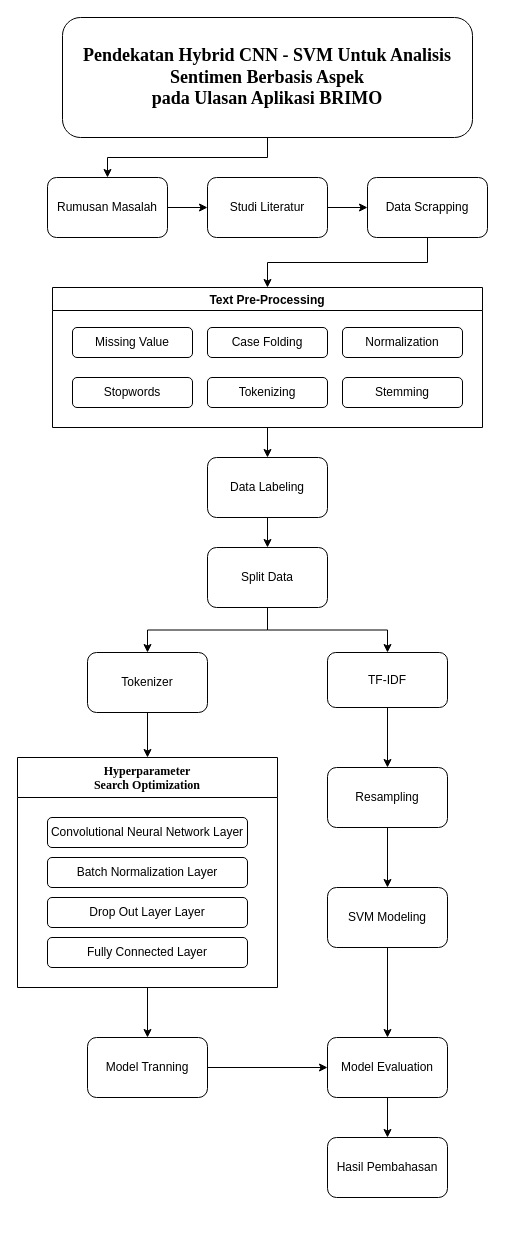
Above: tugas-akhir/Metodologi-Penelitian.drawio in xoghub/diagrams (draw.io), before the change. Source tidied: cells renumbered, new cells numbered last; positions are measured from the earlier drawing's top-left corner, leaving out a move shared by most shapes. Both pictures are drawn from the tidied source at 100%, with x=0, y=0 at pixel (17, 17).
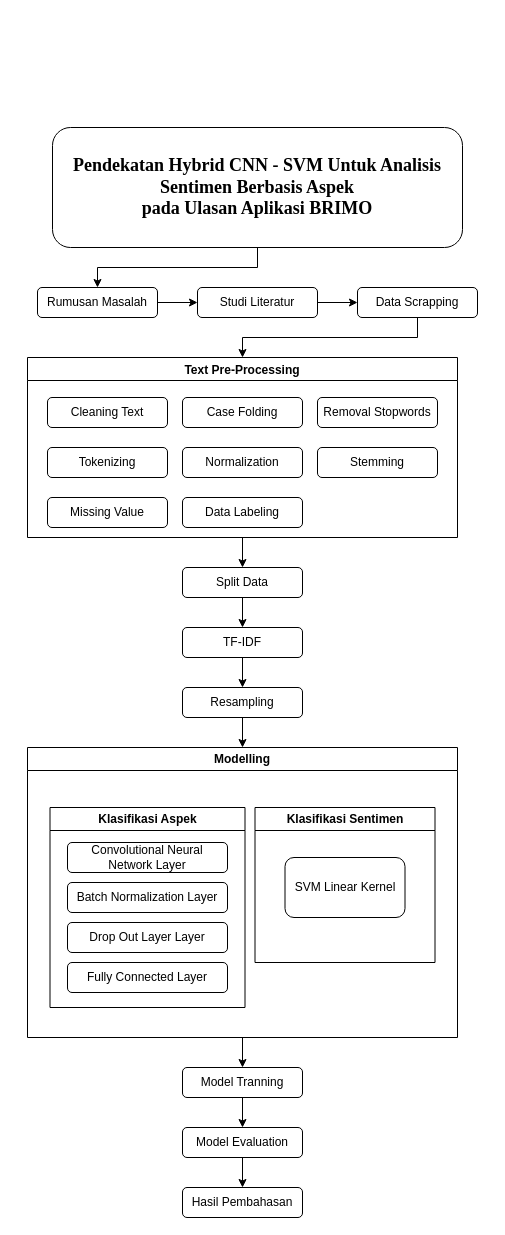
Above is the later version.

Diff of the diagram source:
```diff
@@
     <mxCell id="4" value="&lt;span style=&quot;font-family: &amp;quot;Times New Roman&amp;quot;, serif;&quot;&gt;&lt;font style=&quot;font-size: 18px;&quot;&gt;&lt;b&gt;Pendekatan Hybrid CNN&amp;nbsp;- SVM Untuk Analisis Sentimen Berbasis Aspek&lt;br&gt;pada Ulasan Aplikasi BRIMO&lt;/b&gt;&lt;/font&gt;&lt;/span&gt;" style="rounded=1;whiteSpace=wrap;html=1;" parent="1" vertex="1">
-      <mxGeometry x="45" width="410" height="120" as="geometry" />
+      <mxGeometry x="35" y="110" width="410" height="120" as="geometry" />
     </mxCell>
@@
     <mxCell id="6" value="Data Scrapping" style="rounded=1;whiteSpace=wrap;html=1;" parent="1" vertex="1">
-      <mxGeometry x="350" y="160" width="120" height="60" as="geometry" />
+      <mxGeometry x="340" y="270" width="120" height="30" as="geometry" />
     </mxCell>
@@
     <mxCell id="8" value="Rumusan Masalah" style="rounded=1;whiteSpace=wrap;html=1;" parent="1" vertex="1">
-      <mxGeometry x="30" y="160" width="120" height="60" as="geometry" />
+      <mxGeometry x="20" y="270" width="120" height="30" as="geometry" />
     </mxCell>
     <mxCell id="9" value="Studi Literatur" style="rounded=1;whiteSpace=wrap;html=1;" parent="1" vertex="1">
-      <mxGeometry x="190" y="160" width="120" height="60" as="geometry" />
+      <mxGeometry x="180" y="270" width="120" height="30" as="geometry" />
     </mxCell>
-    <mxCell id="10" style="edgeStyle=orthogonalEdgeStyle;rounded=0;jettySize=auto;html=1;exitX=0.5;exitY=1;exitDx=0;exitDy=0;entryX=0.5;entryY=0;entryDx=0;entryDy=0;" parent="1" edge="1" source="11" target="19">
-      <mxGeometry relative="1" as="geometry" />
-    </mxCell>
+    <mxCell id="42" style="edgeStyle=orthogonalEdgeStyle;rounded=0;jettySize=auto;html=1;exitX=0.5;exitY=1;exitDx=0;exitDy=0;entryX=0.5;entryY=0;entryDx=0;entryDy=0;" parent="1" edge="1" source="11" target="38">
+      <mxGeometry relative="1" as="geometry" />
+    </mxCell>
     <mxCell id="11" value="Text Pre-Processing" style="swimlane;" parent="1" vertex="1">
-      <mxGeometry x="35" y="270" width="430" height="140" as="geometry" />
+      <mxGeometry x="10" y="340" width="430" height="180" as="geometry" />
     </mxCell>
@@
     <mxCell id="13" value="Tokenizing" style="rounded=1;whiteSpace=wrap;html=1;" parent="11" vertex="1">
-      <mxGeometry x="155" y="90" width="120" height="30" as="geometry" />
+      <mxGeometry x="20" y="90" width="120" height="30" as="geometry" />
     </mxCell>
-    <mxCell id="14" value="Stopwords" style="rounded=1;whiteSpace=wrap;html=1;" parent="11" vertex="1">
-      <mxGeometry x="20" y="90" width="120" height="30" as="geometry" />
+    <mxCell id="14" value="Removal Stopwords" style="rounded=1;whiteSpace=wrap;html=1;" parent="11" vertex="1">
+      <mxGeometry x="290" y="40" width="120" height="30" as="geometry" />
     </mxCell>
@@
     <mxCell id="16" value="Missing Value" style="rounded=1;whiteSpace=wrap;html=1;" parent="11" vertex="1">
-      <mxGeometry x="20" y="40" width="120" height="30" as="geometry" />
+      <mxGeometry x="20" y="140" width="120" height="30" as="geometry" />
     </mxCell>
     <mxCell id="17" value="Normalization" style="rounded=1;whiteSpace=wrap;html=1;" parent="11" vertex="1">
-      <mxGeometry x="290" y="40" width="120" height="30" as="geometry" />
+      <mxGeometry x="155" y="90" width="120" height="30" as="geometry" />
     </mxCell>
-    <mxCell id="18" style="edgeStyle=orthogonalEdgeStyle;rounded=0;jettySize=auto;html=1;entryX=0.5;entryY=0;entryDx=0;entryDy=0;" parent="1" edge="1" source="19" target="38">
-      <mxGeometry relative="1" as="geometry" />
-    </mxCell>
-    <mxCell id="19" value="Data Labeling" style="rounded=1;whiteSpace=wrap;html=1;" parent="1" vertex="1">
-      <mxGeometry x="190" y="440" width="120" height="60" as="geometry" />
+    <mxCell id="19" value="Data Labeling" style="rounded=1;whiteSpace=wrap;html=1;" parent="11" vertex="1">
+      <mxGeometry x="155" y="140" width="120" height="30" as="geometry" />
     </mxCell>
+    <mxCell id="43" value="Cleaning Text" style="rounded=1;whiteSpace=wrap;html=1;" parent="11" vertex="1">
+      <mxGeometry x="20" y="40" width="120" height="30" as="geometry" />
+    </mxCell>
@@
     <mxCell id="21" value="TF-IDF" style="rounded=1;whiteSpace=wrap;html=1;" parent="1" vertex="1">
-      <mxGeometry x="310" y="635" width="120" height="55" as="geometry" />
+      <mxGeometry x="165" y="610" width="120" height="30" as="geometry" />
     </mxCell>
-    <mxCell id="22" style="edgeStyle=orthogonalEdgeStyle;rounded=0;jettySize=auto;html=1;exitX=0.5;exitY=1;exitDx=0;exitDy=0;entryX=0.5;entryY=0;entryDx=0;entryDy=0;" parent="1" edge="1" source="23" target="25">
-      <mxGeometry relative="1" as="geometry" />
-    </mxCell>
-    <mxCell id="23" value="Tokenizer" style="rounded=1;whiteSpace=wrap;html=1;" parent="1" vertex="1">
-      <mxGeometry x="70" y="635" width="120" height="60" as="geometry" />
-    </mxCell>
-    <mxCell id="24" style="edgeStyle=orthogonalEdgeStyle;rounded=0;jettySize=auto;html=1;" parent="1" edge="1" source="25" target="33">
-      <mxGeometry relative="1" as="geometry" />
-    </mxCell>
-    <mxCell id="25" value="Hyperparameter &#10;Search Optimization" style="swimlane;startSize=40;fontFamily=Times New Roman;" parent="1" vertex="1">
-      <mxGeometry y="740" width="260" height="230" as="geometry" />
-    </mxCell>
+    <mxCell id="32" style="edgeStyle=orthogonalEdgeStyle;rounded=0;jettySize=auto;html=1;entryX=0.5;entryY=0;entryDx=0;entryDy=0;" parent="1" edge="1" source="33" target="35">
+      <mxGeometry relative="1" as="geometry" />
+    </mxCell>
+    <mxCell id="33" value="Model Tranning" style="rounded=1;whiteSpace=wrap;html=1;" parent="1" vertex="1">
+      <mxGeometry x="165" y="1050" width="120" height="30" as="geometry" />
+    </mxCell>
+    <mxCell id="34" style="edgeStyle=orthogonalEdgeStyle;rounded=0;jettySize=auto;html=1;entryX=0.5;entryY=0;entryDx=0;entryDy=0;" parent="1" edge="1" source="35" target="39">
+      <mxGeometry relative="1" as="geometry" />
+    </mxCell>
+    <mxCell id="35" value="Model Evaluation" style="rounded=1;whiteSpace=wrap;html=1;" parent="1" vertex="1">
+      <mxGeometry x="165" y="1110" width="120" height="30" as="geometry" />
+    </mxCell>
+    <mxCell id="37" style="edgeStyle=orthogonalEdgeStyle;rounded=0;jettySize=auto;html=1;exitX=0.5;exitY=1;exitDx=0;exitDy=0;entryX=0.5;entryY=0;entryDx=0;entryDy=0;" parent="1" edge="1" source="38" target="21">
+      <mxGeometry relative="1" as="geometry" />
+    </mxCell>
+    <mxCell id="38" value="Split Data" style="rounded=1;whiteSpace=wrap;html=1;" parent="1" vertex="1">
+      <mxGeometry x="165" y="550" width="120" height="30" as="geometry" />
+    </mxCell>
+    <mxCell id="39" value="Hasil Pembahasan" style="rounded=1;whiteSpace=wrap;html=1;" parent="1" vertex="1">
+      <mxGeometry x="165" y="1170" width="120" height="30" as="geometry" />
+    </mxCell>
+    <mxCell id="44" style="edgeStyle=orthogonalEdgeStyle;rounded=0;jettySize=auto;html=1;exitX=0.5;exitY=1;exitDx=0;exitDy=0;entryX=0.5;entryY=0;entryDx=0;entryDy=0;" parent="1" edge="1" source="45" target="33">
+      <mxGeometry relative="1" as="geometry" />
+    </mxCell>
+    <mxCell id="45" value="Modelling" style="swimlane;whiteSpace=wrap;html=1;" parent="1" vertex="1">
+      <mxGeometry x="10" y="730" width="430" height="290" as="geometry" />
+    </mxCell>
+    <mxCell id="46" value="Klasifikasi Aspek" style="swimlane;whiteSpace=wrap;html=1;" parent="45" vertex="1">
+      <mxGeometry x="22.5" y="60" width="195" height="200" as="geometry" />
+    </mxCell>
-    <mxCell id="26" value="Convolutional Neural Network Layer" style="rounded=1;whiteSpace=wrap;html=1;" parent="25" vertex="1">
-      <mxGeometry x="30" y="60" width="200" height="30" as="geometry" />
+    <mxCell id="26" value="Convolutional Neural Network Layer" style="rounded=1;whiteSpace=wrap;html=1;" parent="46" vertex="1">
+      <mxGeometry x="17.5" y="35" width="160" height="30" as="geometry" />
     </mxCell>
-    <mxCell id="27" value="Batch Normalization Layer" style="rounded=1;whiteSpace=wrap;html=1;" parent="25" vertex="1">
-      <mxGeometry x="30" y="100" width="200" height="30" as="geometry" />
+    <mxCell id="27" value="Batch Normalization Layer" style="rounded=1;whiteSpace=wrap;html=1;" parent="46" vertex="1">
+      <mxGeometry x="17.5" y="75" width="160" height="30" as="geometry" />
     </mxCell>
-    <mxCell id="28" value="Drop Out Layer Layer" style="rounded=1;whiteSpace=wrap;html=1;" parent="25" vertex="1">
-      <mxGeometry x="30" y="140" width="200" height="30" as="geometry" />
+    <mxCell id="28" value="Drop Out Layer Layer" style="rounded=1;whiteSpace=wrap;html=1;" parent="46" vertex="1">
+      <mxGeometry x="17.5" y="115" width="160" height="30" as="geometry" />
     </mxCell>
-    <mxCell id="29" value="Fully Connected Layer" style="rounded=1;whiteSpace=wrap;html=1;" parent="25" vertex="1">
-      <mxGeometry x="30" y="180" width="200" height="30" as="geometry" />
+    <mxCell id="29" value="Fully Connected Layer" style="rounded=1;whiteSpace=wrap;html=1;" parent="46" vertex="1">
+      <mxGeometry x="17.5" y="155" width="160" height="30" as="geometry" />
     </mxCell>
-    <mxCell id="30" style="edgeStyle=orthogonalEdgeStyle;rounded=0;jettySize=auto;html=1;entryX=0.5;entryY=0;entryDx=0;entryDy=0;" parent="1" edge="1" source="31" target="35">
-      <mxGeometry relative="1" as="geometry" />
-    </mxCell>
-    <mxCell id="31" value="SVM Modeling" style="rounded=1;whiteSpace=wrap;html=1;" parent="1" vertex="1">
-      <mxGeometry x="310" y="870" width="120" height="60" as="geometry" />
-    </mxCell>
-    <mxCell id="32" style="edgeStyle=orthogonalEdgeStyle;rounded=0;jettySize=auto;html=1;entryX=0;entryY=0.5;entryDx=0;entryDy=0;" parent="1" edge="1" source="33" target="35">
-      <mxGeometry relative="1" as="geometry" />
-    </mxCell>
-    <mxCell id="33" value="Model Tranning" style="rounded=1;whiteSpace=wrap;html=1;" parent="1" vertex="1">
-      <mxGeometry x="70" y="1020" width="120" height="60" as="geometry" />
-    </mxCell>
-    <mxCell id="34" style="edgeStyle=orthogonalEdgeStyle;rounded=0;jettySize=auto;html=1;" parent="1" edge="1" source="35" target="39">
-      <mxGeometry relative="1" as="geometry" />
-    </mxCell>
-    <mxCell id="35" value="Model Evaluation" style="rounded=1;whiteSpace=wrap;html=1;" parent="1" vertex="1">
-      <mxGeometry x="310" y="1020" width="120" height="60" as="geometry" />
-    </mxCell>
-    <mxCell id="36" style="edgeStyle=orthogonalEdgeStyle;rounded=0;jettySize=auto;html=1;entryX=0.5;entryY=0;entryDx=0;entryDy=0;" parent="1" edge="1" source="38" target="23">
-      <mxGeometry relative="1" as="geometry" />
-    </mxCell>
-    <mxCell id="37" style="edgeStyle=orthogonalEdgeStyle;rounded=0;jettySize=auto;html=1;exitX=0.5;exitY=1;exitDx=0;exitDy=0;entryX=0.5;entryY=0;entryDx=0;entryDy=0;" parent="1" edge="1" source="38" target="21">
-      <mxGeometry relative="1" as="geometry" />
-    </mxCell>
-    <mxCell id="38" value="Split Data" style="rounded=1;whiteSpace=wrap;html=1;" parent="1" vertex="1">
-      <mxGeometry x="190" y="530" width="120" height="60" as="geometry" />
-    </mxCell>
-    <mxCell id="39" value="Hasil Pembahasan" style="rounded=1;whiteSpace=wrap;html=1;" parent="1" vertex="1">
-      <mxGeometry x="310" y="1120" width="120" height="60" as="geometry" />
-    </mxCell>
-    <mxCell id="40" style="edgeStyle=orthogonalEdgeStyle;rounded=0;jettySize=auto;html=1;" parent="1" edge="1" source="41" target="31">
-      <mxGeometry relative="1" as="geometry" />
-    </mxCell>
+    <mxCell id="47" value="Klasifikasi Sentimen" style="swimlane;whiteSpace=wrap;html=1;" parent="45" vertex="1">
+      <mxGeometry x="227.5" y="60" width="180" height="155" as="geometry" />
+    </mxCell>
+    <mxCell id="48" value="SVM Linear Kernel" style="rounded=1;whiteSpace=wrap;html=1;" parent="47" vertex="1">
+      <mxGeometry x="30" y="50" width="120" height="60" as="geometry" />
+    </mxCell>
+    <mxCell id="49" style="edgeStyle=orthogonalEdgeStyle;rounded=0;jettySize=auto;html=1;entryX=0.5;entryY=0;entryDx=0;entryDy=0;" parent="1" edge="1" source="41" target="45">
+      <mxGeometry relative="1" as="geometry" />
+    </mxCell>
     <mxCell id="41" value="Res&lt;span style=&quot;background-color: initial;&quot;&gt;ampling&lt;/span&gt;" style="rounded=1;whiteSpace=wrap;html=1;" parent="1" vertex="1">
-      <mxGeometry x="310" y="750" width="120" height="60" as="geometry" />
+      <mxGeometry x="165" y="670" width="120" height="30" as="geometry" />
     </mxCell>
```
